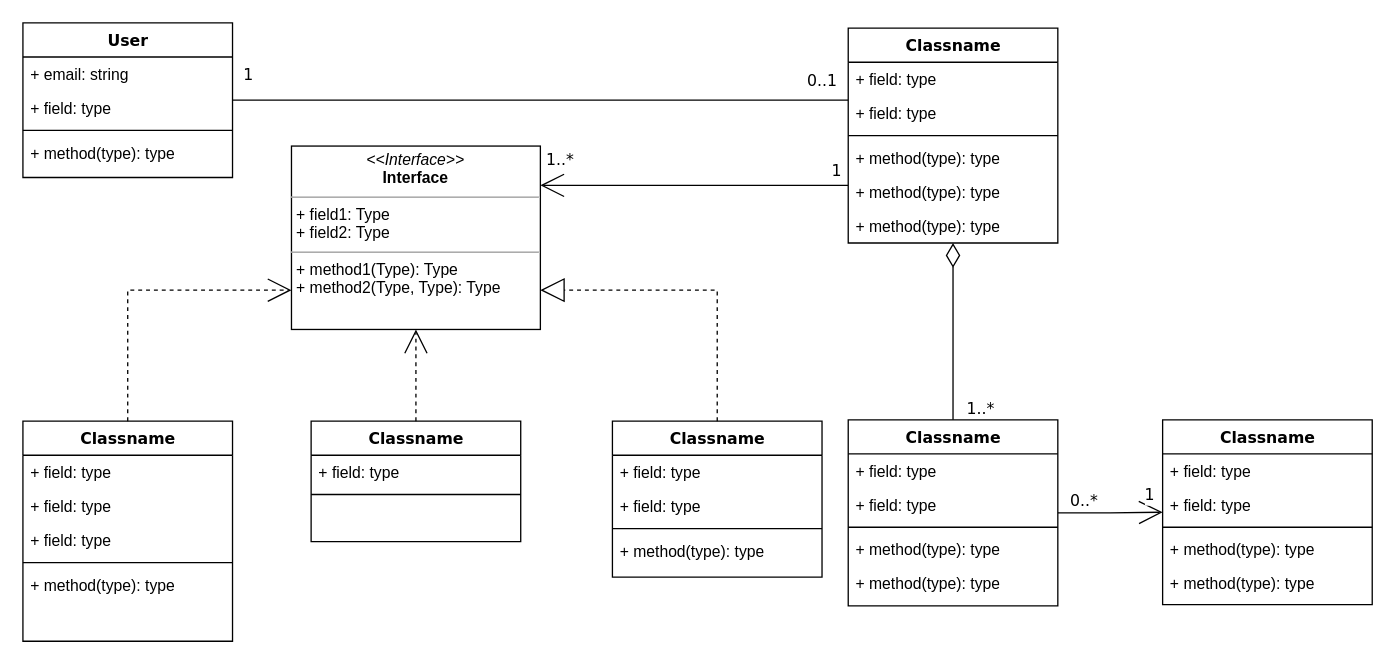
Before: Untitled Diagram.drawio in aneeshpotnistcs/gitpractice, a draw.io diagram. Source tidied: cells renumbered, new cells numbered last; positions are measured from the earlier drawing's top-left corner, leaving out a move shared by most shapes. Both pictures are drawn from the tidied source at 131%, with x=0, y=0 at pixel (22, 22).
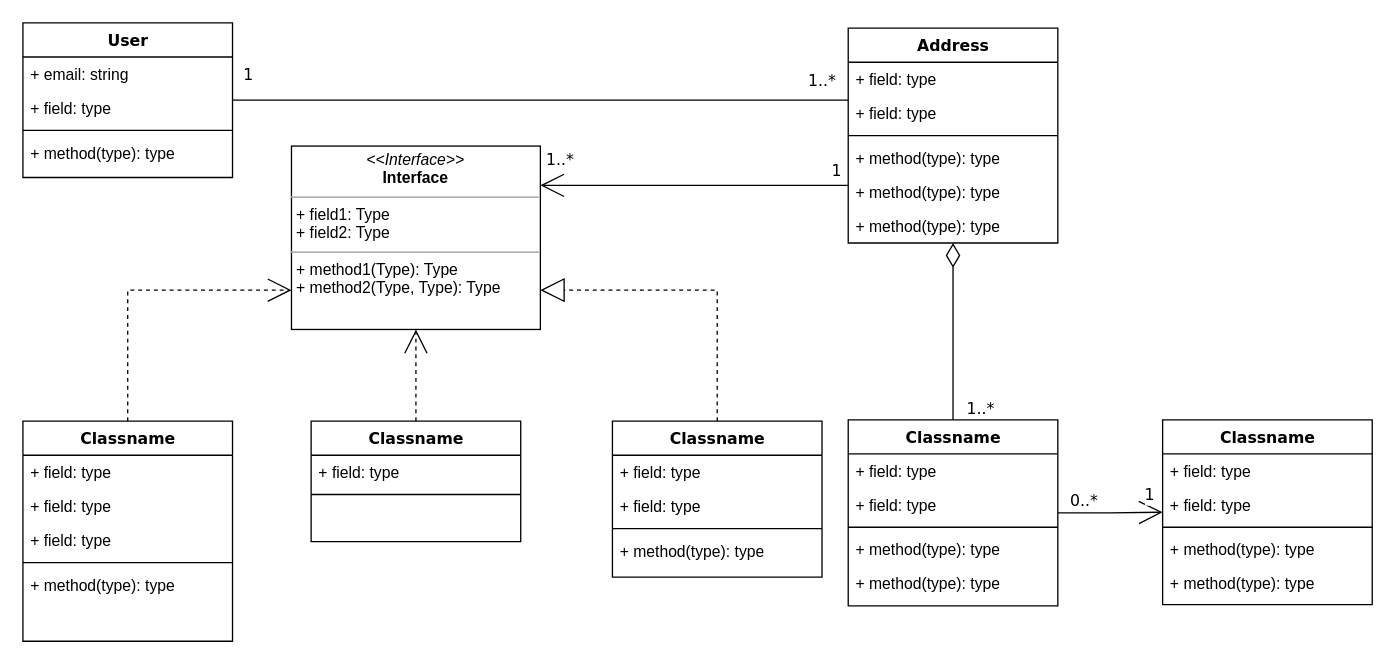
The same page after the edit.

The change refers to these unchanged cells:
```xml
<mxCell id="17" style="edgeStyle=orthogonalEdgeStyle;rounded=0;html=1;labelBackgroundColor=none;startArrow=none;startFill=0;startSize=8;endArrow=none;endFill=0;endSize=16;fontFamily=Verdana;fontSize=12;" parent="1" edge="1" source="20" target="9">
  <mxGeometry relative="1" as="geometry">
    <Array as="points">
      <mxPoint x="530" y="59" />
      <mxPoint x="530" y="59" />
    </Array>
  </mxGeometry>
</mxCell>
```

What changed in the source:
```diff
@@
-    <mxCell id="18" value="0..1" style="text;html=1;align=center;verticalAlign=middle;labelBackgroundColor=#ffffff;fontSize=12;fontFamily=Verdana;" parent="17" vertex="1">
+    <mxCell id="18" value="1..*" style="text;html=1;align=center;verticalAlign=middle;labelBackgroundColor=#ffffff;fontSize=12;fontFamily=Verdana;" parent="17" vertex="1">
       <mxGeometry x="-0.57" y="-86" relative="1" as="geometry">
         <mxPoint x="80" y="71" as="offset" />
       </mxGeometry>
     </mxCell>
@@
-    <mxCell id="20" value="Classname" style="swimlane;html=1;fontStyle=1;align=center;verticalAlign=top;horizontal=1;startSize=26;swimlaneFillColor=#ffffff;rounded=0;shadow=0;comic=0;labelBackgroundColor=none;strokeWidth=1;fillColor=none;fontFamily=Verdana;fontSize=12;" parent="1" vertex="1">
+    <mxCell id="20" value="Address" style="swimlane;html=1;fontStyle=1;align=center;verticalAlign=top;horizontal=1;startSize=26;swimlaneFillColor=#ffffff;rounded=0;shadow=0;comic=0;labelBackgroundColor=none;strokeWidth=1;fillColor=none;fontFamily=Verdana;fontSize=12;" parent="1" vertex="1">
       <mxGeometry x="630" y="4" width="160" height="164" as="geometry" />
     </mxCell>
```
